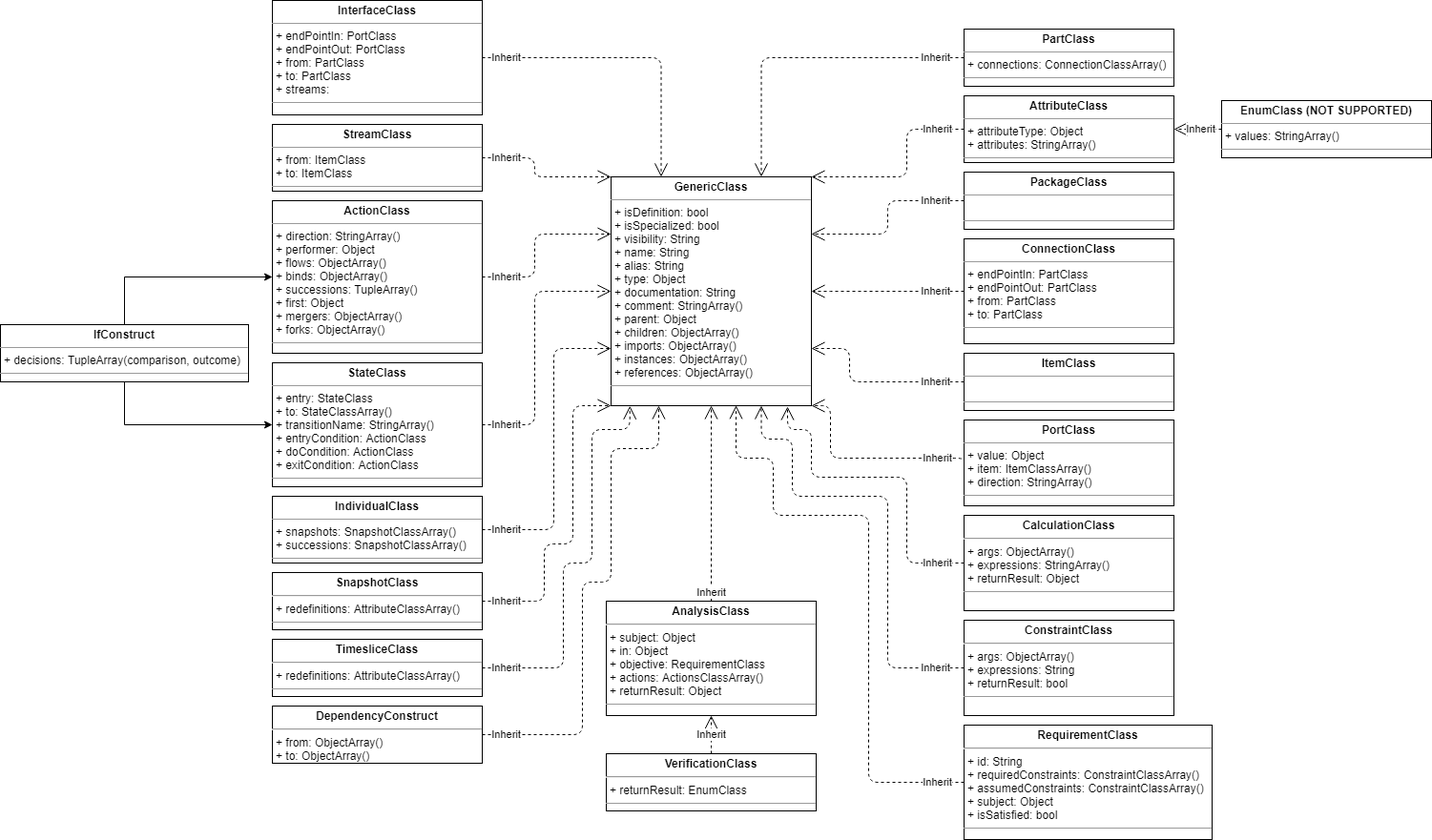
olihgb-7/D0020E keeps this draw.io diagram as Class_diagram-SysMLv2.png. Above is the earlier version. Source tidied: cells renumbered, new cells last; positions are measured from the earlier drawing's top-left corner, leaving out a move shared by most shapes.
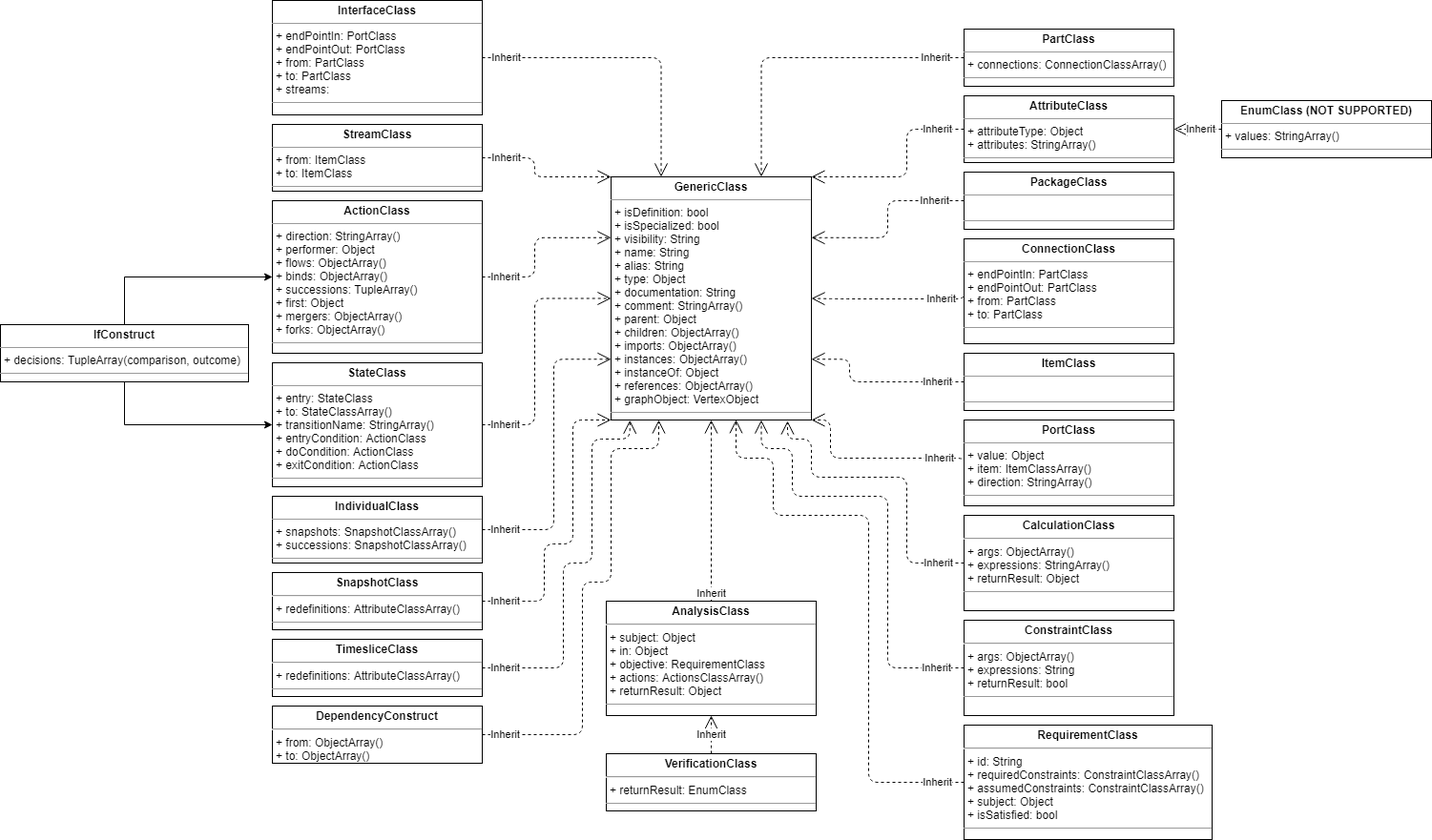
After the change.

Diff of the diagram source:
```diff
@@ -2,8 +2,8 @@
   <root>
     <mxCell id="0" />
     <mxCell id="1" parent="0" />
-    <mxCell id="2" value="&lt;p style=&quot;margin: 0px ; margin-top: 4px ; text-align: center&quot;&gt;&lt;b&gt;GenericClass&lt;/b&gt;&lt;/p&gt;&lt;hr size=&quot;1&quot;&gt;&lt;p style=&quot;margin: 0px ; margin-left: 4px&quot;&gt;+ isDefinition: bool&lt;/p&gt;&lt;p style=&quot;margin: 0px ; margin-left: 4px&quot;&gt;+ isSpecialized: bool&lt;/p&gt;&lt;p style=&quot;margin: 0px ; margin-left: 4px&quot;&gt;+ visibility: String&lt;/p&gt;&lt;p style=&quot;margin: 0px ; margin-left: 4px&quot;&gt;+ name: String&lt;/p&gt;&lt;p style=&quot;margin: 0px ; margin-left: 4px&quot;&gt;+ alias: String&amp;nbsp;&lt;br&gt;+ type: Object&lt;/p&gt;&lt;p style=&quot;margin: 0px ; margin-left: 4px&quot;&gt;+ documentation: String&lt;/p&gt;&lt;p style=&quot;margin: 0px ; margin-left: 4px&quot;&gt;+ comment: StringArray()&lt;/p&gt;&lt;p style=&quot;margin: 0px ; margin-left: 4px&quot;&gt;+ parent: Object&lt;/p&gt;&lt;p style=&quot;margin: 0px ; margin-left: 4px&quot;&gt;+ children: ObjectArray()&lt;/p&gt;&lt;p style=&quot;margin: 0px ; margin-left: 4px&quot;&gt;+ imports: ObjectArray()&amp;nbsp;&lt;br&gt;&lt;/p&gt;&lt;p style=&quot;margin: 0px ; margin-left: 4px&quot;&gt;+ instances: ObjectArray()&lt;/p&gt;&lt;p style=&quot;margin: 0px ; margin-left: 4px&quot;&gt;+ references: ObjectArray()&lt;/p&gt;&lt;hr size=&quot;1&quot;&gt;&lt;p style=&quot;margin: 0px ; margin-left: 4px&quot;&gt;&lt;/p&gt;&amp;nbsp;" style="verticalAlign=top;align=left;overflow=fill;fontSize=12;fontFamily=Helvetica;html=1;rounded=0;shadow=0;comic=0;labelBackgroundColor=none;strokeWidth=1;" parent="1" vertex="1">
-      <mxGeometry x="640" y="185" width="210" height="240" as="geometry" />
+    <mxCell id="2" value="&lt;p style=&quot;margin: 0px ; margin-top: 4px ; text-align: center&quot;&gt;&lt;b&gt;GenericClass&lt;/b&gt;&lt;/p&gt;&lt;hr size=&quot;1&quot;&gt;&lt;p style=&quot;margin: 0px ; margin-left: 4px&quot;&gt;+ isDefinition: bool&lt;/p&gt;&lt;p style=&quot;margin: 0px ; margin-left: 4px&quot;&gt;+ isSpecialized: bool&lt;/p&gt;&lt;p style=&quot;margin: 0px ; margin-left: 4px&quot;&gt;+ visibility: String&lt;/p&gt;&lt;p style=&quot;margin: 0px ; margin-left: 4px&quot;&gt;+ name: String&lt;/p&gt;&lt;p style=&quot;margin: 0px ; margin-left: 4px&quot;&gt;+ alias: String&amp;nbsp;&lt;br&gt;+ type: Object&lt;/p&gt;&lt;p style=&quot;margin: 0px ; margin-left: 4px&quot;&gt;+ documentation: String&lt;/p&gt;&lt;p style=&quot;margin: 0px ; margin-left: 4px&quot;&gt;+ comment: StringArray()&lt;/p&gt;&lt;p style=&quot;margin: 0px ; margin-left: 4px&quot;&gt;+ parent: Object&lt;/p&gt;&lt;p style=&quot;margin: 0px ; margin-left: 4px&quot;&gt;+ children: ObjectArray()&lt;/p&gt;&lt;p style=&quot;margin: 0px ; margin-left: 4px&quot;&gt;+ imports: ObjectArray()&amp;nbsp;&lt;br&gt;&lt;/p&gt;&lt;p style=&quot;margin: 0px ; margin-left: 4px&quot;&gt;+ instances: ObjectArray()&lt;/p&gt;&lt;p style=&quot;margin: 0px ; margin-left: 4px&quot;&gt;+ instanceOf: Object&lt;/p&gt;&lt;p style=&quot;margin: 0px ; margin-left: 4px&quot;&gt;+ references: ObjectArray()&lt;/p&gt;&lt;p style=&quot;margin: 0px ; margin-left: 4px&quot;&gt;+ graphObject: VertexObject&lt;/p&gt;&lt;hr size=&quot;1&quot;&gt;&lt;p style=&quot;margin: 0px ; margin-left: 4px&quot;&gt;&lt;/p&gt;&amp;nbsp;" style="verticalAlign=top;align=left;overflow=fill;fontSize=12;fontFamily=Helvetica;html=1;rounded=0;shadow=0;comic=0;labelBackgroundColor=none;strokeWidth=1;" parent="1" vertex="1">
+      <mxGeometry x="640" y="185" width="210" height="255" as="geometry" />
     </mxCell>
     <mxCell id="3" value="&lt;p style=&quot;margin: 0px ; margin-top: 4px ; text-align: center&quot;&gt;&lt;b&gt;PartClass&lt;/b&gt;&lt;/p&gt;&lt;hr size=&quot;1&quot;&gt;&lt;p style=&quot;margin: 0px ; margin-left: 4px&quot;&gt;+ connections: ConnectionClassArray()&lt;/p&gt;&lt;hr size=&quot;1&quot;&gt;&lt;p style=&quot;margin: 0px ; margin-left: 4px&quot;&gt;&lt;br&gt;&lt;/p&gt;" style="verticalAlign=top;align=left;overflow=fill;fontSize=12;fontFamily=Helvetica;html=1;rounded=0;shadow=0;comic=0;labelBackgroundColor=none;strokeWidth=1;" parent="1" vertex="1">
       <mxGeometry x="1010" y="30" width="220" height="60" as="geometry" />
@@ -22,7 +22,7 @@
       <mxGeometry x="-0.69" relative="1" as="geometry">
         <Array as="points">
           <mxPoint x="930" y="210" />
-          <mxPoint x="930" y="245" />
+          <mxPoint x="930" y="249" />
         </Array>
       </mxGeometry>
     </mxCell>
@@ -44,8 +44,8 @@
     <mxCell id="10" value="Inherit" style="endArrow=open;endSize=12;dashed=1;html=1;exitX=0;exitY=0.5;exitDx=0;exitDy=0;edgeStyle=orthogonalEdgeStyle;entryX=1;entryY=0.5;entryDx=0;entryDy=0;" parent="1" edge="1" source="9" target="2">
       <mxGeometry x="-0.62" relative="1" as="geometry">
         <Array as="points">
-          <mxPoint x="880" y="305" />
-          <mxPoint x="880" y="305" />
+          <mxPoint x="1010" y="313" />
+          <mxPoint x="880" y="313" />
         </Array>
       </mxGeometry>
     </mxCell>
@@ -70,7 +70,7 @@
       <mxGeometry x="-0.69" relative="1" as="geometry">
         <Array as="points">
           <mxPoint x="890" y="400" />
-          <mxPoint x="890" y="365" />
+          <mxPoint x="890" y="376" />
         </Array>
       </mxGeometry>
     </mxCell>
@@ -79,7 +79,7 @@
         <Array as="points">
           <mxPoint x="1010" y="480" />
           <mxPoint x="870" y="480" />
-          <mxPoint x="870" y="425" />
+          <mxPoint x="870" y="440" />
         </Array>
       </mxGeometry>
     </mxCell>
@@ -111,7 +111,7 @@
       <mxGeometry x="-0.72" relative="1" as="geometry">
         <Array as="points">
           <mxPoint x="560" y="290" />
-          <mxPoint x="560" y="245" />
+          <mxPoint x="560" y="249" />
         </Array>
       </mxGeometry>
     </mxCell>
@@ -132,7 +132,7 @@
       <mxGeometry x="-0.82" relative="1" as="geometry">
         <Array as="points">
           <mxPoint x="560" y="445" />
-          <mxPoint x="560" y="305" />
+          <mxPoint x="560" y="313" />
         </Array>
       </mxGeometry>
     </mxCell>
@@ -140,7 +140,7 @@
       <mxGeometry x="-0.85" relative="1" as="geometry">
         <Array as="points">
           <mxPoint x="580" y="555" />
-          <mxPoint x="580" y="365" />
+          <mxPoint x="580" y="376" />
         </Array>
       </mxGeometry>
     </mxCell>
@@ -150,7 +150,7 @@
           <mxPoint x="570" y="630" />
           <mxPoint x="570" y="570" />
           <mxPoint x="600" y="570" />
-          <mxPoint x="600" y="425" />
+          <mxPoint x="600" y="440" />
         </Array>
       </mxGeometry>
     </mxCell>
@@ -160,8 +160,8 @@
           <mxPoint x="590" y="700" />
           <mxPoint x="590" y="590" />
           <mxPoint x="620" y="590" />
-          <mxPoint x="620" y="450" />
-          <mxPoint x="660" y="450" />
+          <mxPoint x="620" y="460" />
+          <mxPoint x="660" y="460" />
         </Array>
       </mxGeometry>
     </mxCell>
@@ -174,8 +174,8 @@
           <mxPoint x="950" y="590" />
           <mxPoint x="950" y="500" />
           <mxPoint x="850" y="500" />
-          <mxPoint x="850" y="450" />
-          <mxPoint x="825" y="450" />
+          <mxPoint x="850" y="460" />
+          <mxPoint x="825" y="460" />
         </Array>
       </mxGeometry>
     </mxCell>
@@ -188,8 +188,8 @@
           <mxPoint x="930" y="700" />
           <mxPoint x="930" y="520" />
           <mxPoint x="830" y="520" />
-          <mxPoint x="830" y="460" />
-          <mxPoint x="798" y="460" />
+          <mxPoint x="830" y="470" />
+          <mxPoint x="798" y="470" />
         </Array>
       </mxGeometry>
     </mxCell>
@@ -220,7 +220,7 @@
     </mxCell>
     <mxCell id="38" value="Inherit" style="endArrow=open;endSize=12;dashed=1;html=1;edgeStyle=orthogonalEdgeStyle;exitX=1;exitY=0.5;exitDx=0;exitDy=0;" parent="1" edge="1" source="44">
       <mxGeometry x="-0.91" relative="1" as="geometry">
-        <mxPoint x="690" y="425" as="targetPoint" />
+        <mxPoint x="690" y="440" as="targetPoint" />
         <Array as="points">
           <mxPoint x="610" y="770" />
           <mxPoint x="610" y="610" />
```
